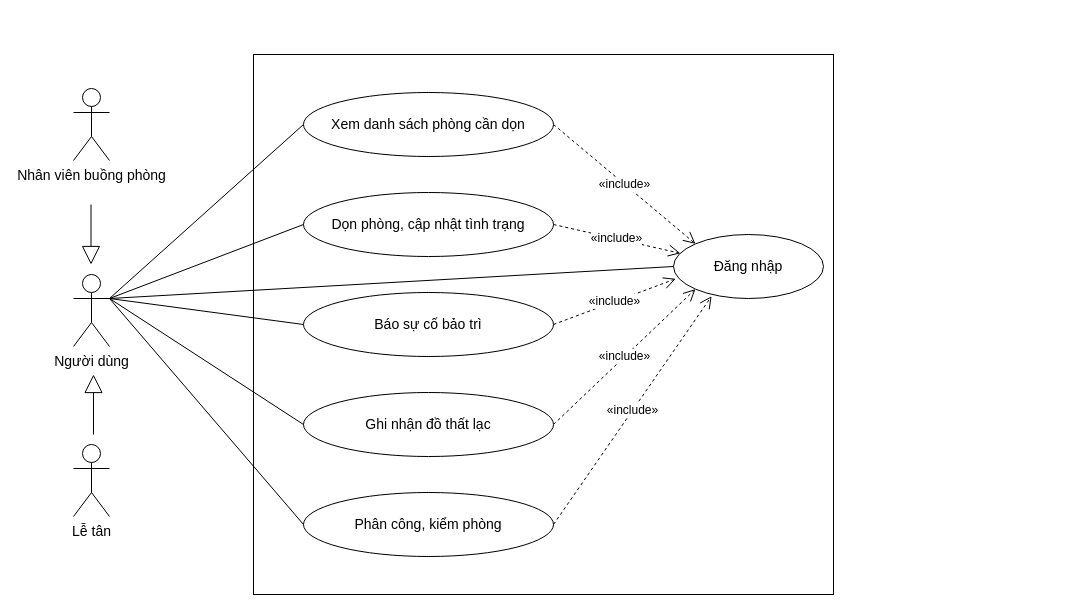
This is docs/use-case/ucn3-buong-phong.drawio from ngynquchn2511/beach-hotel, a draw.io file, before an edit. Source tidied: cells renumbered, new cells numbered last; positions are measured from the earlier drawing's top-left corner, leaving out a move shared by most shapes. Both pictures are drawn from the tidied source at 100%, with x=0, y=0 at pixel (73, 54).
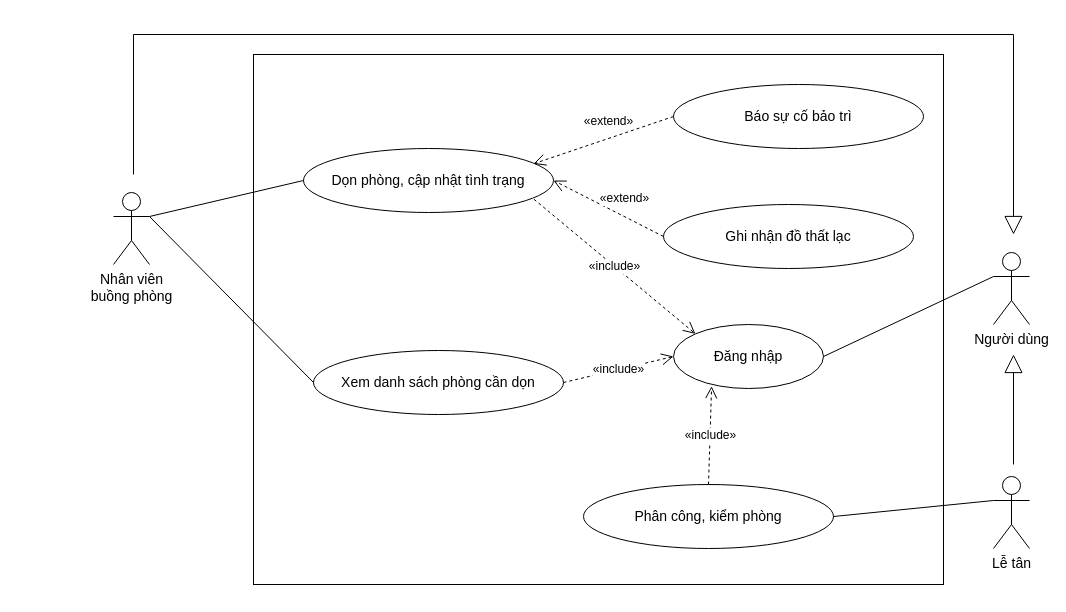
Above is the later version.

Change to the diagram source:
```diff
@@
     <mxCell id="2" style="fontFamily=Arial;fontColor=#000000;rounded=0;whiteSpace=wrap;html=1;verticalAlign=top;fontStyle=1;fontSize=14;fillColor=none;strokeColor=#000000;spacingTop=6;" parent="1" vertex="1">
-      <mxGeometry x="180" width="580" height="540" as="geometry" />
+      <mxGeometry x="180" width="690" height="530" as="geometry" />
     </mxCell>
     <mxCell id="3" value="Xem danh sách phòng cần dọn" style="fontFamily=Arial;fontColor=#000000;ellipse;whiteSpace=wrap;html=1;fillColor=#FFFFFF;strokeColor=#000000;fontSize=14;" parent="1" vertex="1">
-      <mxGeometry x="230" y="38" width="250" height="64" as="geometry" />
+      <mxGeometry x="240" y="296" width="250" height="64" as="geometry" />
     </mxCell>
     <mxCell id="4" value="Dọn phòng, cập nhật tình trạng" style="fontFamily=Arial;fontColor=#000000;ellipse;whiteSpace=wrap;html=1;fillColor=#FFFFFF;strokeColor=#000000;fontSize=14;" parent="1" vertex="1">
-      <mxGeometry x="230" y="138" width="250" height="64" as="geometry" />
+      <mxGeometry x="230" y="94" width="250" height="64" as="geometry" />
     </mxCell>
     <mxCell id="5" value="Báo sự cố bảo trì" style="fontFamily=Arial;fontColor=#000000;ellipse;whiteSpace=wrap;html=1;fillColor=#FFFFFF;strokeColor=#000000;fontSize=14;" parent="1" vertex="1">
-      <mxGeometry x="230" y="238" width="250" height="64" as="geometry" />
+      <mxGeometry x="600" y="30" width="250" height="64" as="geometry" />
     </mxCell>
-    <mxCell id="6" value="Ghi nhận đồ thất lạc" style="fontFamily=Arial;fontColor=#000000;ellipse;whiteSpace=wrap;html=1;fillColor=#FFFFFF;strokeColor=#000000;fontSize=14;" parent="1" vertex="1">
-      <mxGeometry x="230" y="338" width="250" height="64" as="geometry" />
-    </mxCell>
     <mxCell id="7" value="Phân công, kiểm phòng" style="fontFamily=Arial;fontColor=#000000;ellipse;whiteSpace=wrap;html=1;fillColor=#FFFFFF;strokeColor=#000000;fontSize=14;" parent="1" vertex="1">
-      <mxGeometry x="230" y="438" width="250" height="64" as="geometry" />
+      <mxGeometry x="510" y="430" width="250" height="64" as="geometry" />
     </mxCell>
     <mxCell id="8" value="Đăng nhập" style="fontFamily=Arial;fontColor=#000000;ellipse;whiteSpace=wrap;html=1;fillColor=#FFFFFF;strokeColor=#000000;fontSize=14;" parent="1" vertex="1">
-      <mxGeometry x="600" y="180" width="150" height="64" as="geometry" />
+      <mxGeometry x="600" y="270" width="150" height="64" as="geometry" />
     </mxCell>
-    <mxCell id="9" value="«include»" style="fontFamily=Arial;fontColor=#000000;endArrow=open;endSize=10;dashed=1;html=1;strokeColor=#000000;rounded=0;fontSize=12;labelBackgroundColor=#FFFFFF;exitX=1;exitY=0.5;exitDx=0;exitDy=0;exitPerimeter=0;entryX=0;entryY=0;entryDx=0;entryDy=0;" parent="1" edge="1" source="3" target="8">
+    <mxCell id="9" value="«include»" style="fontFamily=Arial;fontColor=#000000;endArrow=open;endSize=10;dashed=1;html=1;strokeColor=#000000;rounded=0;fontSize=12;labelBackgroundColor=#FFFFFF;exitX=1;exitY=0.5;exitDx=0;exitDy=0;exitPerimeter=0;entryX=0;entryY=0.5;entryDx=0;entryDy=0;" parent="1" edge="1" source="3" target="8">
       <mxGeometry relative="1" as="geometry" />
     </mxCell>
     <mxCell id="10" value="Người dùng" style="fontFamily=Arial;fontColor=#000000;shape=umlActor;verticalLabelPosition=bottom;verticalAlign=top;html=1;outlineConnect=0;fillColor=#FFFFFF;strokeColor=#000000;fontSize=14;" parent="1" vertex="1">
-      <mxGeometry y="220" width="36" height="72" as="geometry" />
+      <mxGeometry x="920" y="198" width="36" height="72" as="geometry" />
     </mxCell>
     <mxCell id="11" value="Lễ tân" style="fontFamily=Arial;fontColor=#000000;shape=umlActor;verticalLabelPosition=bottom;verticalAlign=top;html=1;outlineConnect=0;fillColor=#FFFFFF;strokeColor=#000000;fontSize=14;" parent="1" vertex="1">
-      <mxGeometry y="390" width="36" height="72" as="geometry" />
+      <mxGeometry x="920" y="422" width="36" height="72" as="geometry" />
     </mxCell>
-    <mxCell id="12" style="fontFamily=Arial;fontColor=#000000;endArrow=none;html=1;strokeColor=#000000;rounded=0;entryX=0;entryY=0.5;entryDx=0;entryDy=0;exitX=1;exitY=0.3333333333333333;exitDx=0;exitDy=0;exitPerimeter=0;" parent="1" edge="1" source="10" target="3">
-      <mxGeometry relative="1" as="geometry" />
-    </mxCell>
-    <mxCell id="13" style="fontFamily=Arial;fontColor=#000000;endArrow=none;html=1;strokeColor=#000000;rounded=0;entryX=0;entryY=0.5;entryDx=0;entryDy=0;exitX=1;exitY=0.3333333333333333;exitDx=0;exitDy=0;exitPerimeter=0;" parent="1" edge="1" source="10" target="4">
-      <mxGeometry relative="1" as="geometry" />
-    </mxCell>
-    <mxCell id="14" style="fontFamily=Arial;fontColor=#000000;endArrow=none;html=1;strokeColor=#000000;rounded=0;entryX=0;entryY=0.5;entryDx=0;entryDy=0;exitX=1;exitY=0.3333333333333333;exitDx=0;exitDy=0;exitPerimeter=0;" parent="1" edge="1" source="10" target="5">
-      <mxGeometry relative="1" as="geometry" />
-    </mxCell>
-    <mxCell id="15" style="fontFamily=Arial;fontColor=#000000;endArrow=none;html=1;strokeColor=#000000;rounded=0;entryX=0;entryY=0.5;entryDx=0;entryDy=0;exitX=1;exitY=0.3333333333333333;exitDx=0;exitDy=0;exitPerimeter=0;" parent="1" edge="1" source="10" target="6">
-      <mxGeometry relative="1" as="geometry" />
-    </mxCell>
-    <mxCell id="16" value="«include»" style="fontFamily=Arial;fontColor=#000000;endArrow=open;endSize=10;dashed=1;html=1;strokeColor=#000000;rounded=0;fontSize=12;labelBackgroundColor=#FFFFFF;exitX=1;exitY=0.5;exitDx=0;exitDy=0;entryX=0.046;entryY=0.294;entryDx=0;entryDy=0;entryPerimeter=0;" parent="1" edge="1" source="4" target="8">
+    <mxCell id="16" value="«include»" style="fontFamily=Arial;fontColor=#000000;endArrow=open;endSize=10;dashed=1;html=1;strokeColor=#000000;rounded=0;fontSize=12;labelBackgroundColor=#FFFFFF;exitX=0.922;exitY=0.793;exitDx=0;exitDy=0;entryX=0;entryY=0;entryDx=0;entryDy=0;exitPerimeter=0;" parent="1" edge="1" source="4" target="8">
       <mxGeometry relative="1" as="geometry" />
     </mxCell>
-    <mxCell id="17" value="«include»" style="fontFamily=Arial;fontColor=#000000;endArrow=open;endSize=10;dashed=1;html=1;strokeColor=#000000;rounded=0;fontSize=12;labelBackgroundColor=#FFFFFF;exitX=1;exitY=0.5;exitDx=0;exitDy=0;entryX=0.015;entryY=0.692;entryDx=0;entryDy=0;entryPerimeter=0;" parent="1" edge="1" source="5" target="8">
-      <mxGeometry relative="1" as="geometry" />
-    </mxCell>
-    <mxCell id="18" value="«include»" style="fontFamily=Arial;fontColor=#000000;endArrow=open;endSize=10;dashed=1;html=1;strokeColor=#000000;rounded=0;fontSize=12;labelBackgroundColor=#FFFFFF;exitX=1;exitY=0.5;exitDx=0;exitDy=0;entryX=0;entryY=1;entryDx=0;entryDy=0;" parent="1" edge="1" source="6" target="8">
-      <mxGeometry relative="1" as="geometry" />
-    </mxCell>
-    <mxCell id="19" value="«include»" style="fontFamily=Arial;fontColor=#000000;endArrow=open;endSize=10;dashed=1;html=1;strokeColor=#000000;rounded=0;fontSize=12;labelBackgroundColor=#FFFFFF;exitX=1;exitY=0.5;exitDx=0;exitDy=0;entryX=0.254;entryY=0.964;entryDx=0;entryDy=0;entryPerimeter=0;" parent="1" edge="1" source="7" target="8">
+    <mxCell id="19" value="«include»" style="fontFamily=Arial;fontColor=#000000;endArrow=open;endSize=10;dashed=1;html=1;strokeColor=#000000;rounded=0;fontSize=12;labelBackgroundColor=#FFFFFF;exitX=0.5;exitY=0;exitDx=0;exitDy=0;entryX=0.254;entryY=0.964;entryDx=0;entryDy=0;entryPerimeter=0;" parent="1" edge="1" source="7" target="8">
       <mxGeometry relative="1" as="geometry" />
     </mxCell>
-    <mxCell id="20" value=" " style="endArrow=block;endSize=16;endFill=0;html=1;rounded=0;" parent="1" edge="1">
-      <mxGeometry relative="1" as="geometry">
-        <mxPoint x="20" y="380" as="sourcePoint" />
-        <mxPoint x="20" y="320" as="targetPoint" />
-      </mxGeometry>
-    </mxCell>
-    <mxCell id="21" value="Nhân viên buồng phòng" style="fontFamily=Arial;fontColor=#000000;shape=umlActor;verticalLabelPosition=bottom;verticalAlign=top;html=1;outlineConnect=0;fillColor=#FFFFFF;strokeColor=#000000;fontSize=14;" parent="1" vertex="1">
-      <mxGeometry y="34" width="36" height="72" as="geometry" />
+    <mxCell id="21" value="Nhân viên&lt;div&gt;buồng phòng&lt;/div&gt;" style="fontFamily=Arial;fontColor=#000000;shape=umlActor;verticalLabelPosition=bottom;verticalAlign=top;html=1;outlineConnect=0;fillColor=#FFFFFF;strokeColor=#000000;fontSize=14;" parent="1" vertex="1">
+      <mxGeometry x="40" y="138" width="36" height="72" as="geometry" />
     </mxCell>
     <mxCell id="22" value=" " style="endArrow=block;endSize=16;endFill=0;html=1;rounded=0;" parent="1" edge="1">
-      <mxGeometry relative="1" as="geometry">
-        <mxPoint x="17.5" y="150" as="sourcePoint" />
-        <mxPoint x="17.5" y="210" as="targetPoint" />
+      <mxGeometry x="-0.04" relative="1" as="geometry">
+        <mxPoint x="60" y="120" as="sourcePoint" />
+        <mxPoint x="940" y="180" as="targetPoint" />
+        <Array as="points">
+          <mxPoint x="60" y="-20" />
+          <mxPoint x="940" y="-20" />
+        </Array>
       </mxGeometry>
     </mxCell>
-    <mxCell id="23" style="fontFamily=Arial;fontColor=#000000;endArrow=none;html=1;strokeColor=#000000;rounded=0;entryX=0;entryY=0.5;entryDx=0;entryDy=0;exitX=1;exitY=0.3333333333333333;exitDx=0;exitDy=0;exitPerimeter=0;" parent="1" edge="1" source="10" target="7">
-      <mxGeometry relative="1" as="geometry" />
-    </mxCell>
-    <mxCell id="24" style="fontFamily=Arial;fontColor=#000000;endArrow=none;html=1;strokeColor=#000000;rounded=0;entryX=0;entryY=0.5;entryDx=0;entryDy=0;exitX=1;exitY=0.3333333333333333;exitDx=0;exitDy=0;exitPerimeter=0;" parent="1" edge="1" source="10" target="8">
-      <mxGeometry relative="1" as="geometry" />
-    </mxCell>
+    <mxCell id="25" style="endArrow=none;html=1;rounded=0;entryX=0;entryY=0.3333333333333333;entryDx=0;entryDy=0;entryPerimeter=0;exitX=1;exitY=0.5;exitDx=0;exitDy=0;" parent="1" edge="1" source="8" target="10">
+      <mxGeometry relative="1" as="geometry" />
+    </mxCell>
+    <mxCell id="26" style="endArrow=none;html=1;rounded=0;entryX=0;entryY=0.5;entryDx=0;entryDy=0;exitX=1;exitY=0.3333333333333333;exitDx=0;exitDy=0;exitPerimeter=0;" parent="1" edge="1" source="21" target="3">
+      <mxGeometry relative="1" as="geometry" />
+    </mxCell>
+    <mxCell id="27" style="endArrow=none;html=1;rounded=0;entryX=0;entryY=0.5;entryDx=0;entryDy=0;exitX=1;exitY=0.3333333333333333;exitDx=0;exitDy=0;exitPerimeter=0;" parent="1" edge="1" source="21" target="4">
+      <mxGeometry relative="1" as="geometry" />
+    </mxCell>
+    <mxCell id="28" value="&lt;span style=&quot;color: rgb(0, 0, 0); font-family: Arial; font-size: 12px; font-style: normal; font-variant-ligatures: normal; font-variant-caps: normal; font-weight: 400; letter-spacing: normal; orphans: 2; text-align: center; text-indent: 0px; text-transform: none; widows: 2; word-spacing: 0px; -webkit-text-stroke-width: 0px; white-space: nowrap; background-color: rgb(255, 255, 255); text-decoration-thickness: initial; text-decoration-style: initial; text-decoration-color: initial; float: none; display: inline !important;&quot;&gt;«extend»&lt;/span&gt;" style="fontFamily=Arial;fontColor=#000000;endArrow=open;endSize=10;dashed=1;html=1;strokeColor=#000000;rounded=0;fontSize=12;labelBackgroundColor=#FFFFFF;exitX=0;exitY=0.5;exitDx=0;exitDy=0;entryX=0.92;entryY=0.239;entryDx=0;entryDy=0;entryPerimeter=0;" parent="1" edge="1" source="5" target="4">
+      <mxGeometry x="-0.15" y="-16" relative="1" as="geometry" />
+    </mxCell>
+    <mxCell id="6" value="Ghi nhận đồ thất lạc" style="fontFamily=Arial;fontColor=#000000;ellipse;whiteSpace=wrap;html=1;fillColor=#FFFFFF;strokeColor=#000000;fontSize=14;" parent="1" vertex="1">
+      <mxGeometry x="590" y="150" width="250" height="64" as="geometry" />
+    </mxCell>
+    <mxCell id="29" value="&lt;span style=&quot;color: rgb(0, 0, 0); font-family: Arial; font-size: 12px; font-style: normal; font-variant-ligatures: normal; font-variant-caps: normal; font-weight: 400; letter-spacing: normal; orphans: 2; text-align: center; text-indent: 0px; text-transform: none; widows: 2; word-spacing: 0px; -webkit-text-stroke-width: 0px; white-space: nowrap; background-color: rgb(255, 255, 255); text-decoration-thickness: initial; text-decoration-style: initial; text-decoration-color: initial; float: none; display: inline !important;&quot;&gt;«extend»&lt;/span&gt;" style="fontFamily=Arial;fontColor=#000000;endArrow=open;endSize=10;dashed=1;html=1;strokeColor=#000000;rounded=0;fontSize=12;labelBackgroundColor=#FFFFFF;exitX=0;exitY=0.5;exitDx=0;exitDy=0;entryX=1;entryY=0.5;entryDx=0;entryDy=0;" parent="1" edge="1" source="6" target="4">
+      <mxGeometry x="-0.15" y="-16" relative="1" as="geometry" />
+    </mxCell>
+    <mxCell id="30" style="endArrow=none;html=1;rounded=0;entryX=1;entryY=0.5;entryDx=0;entryDy=0;exitX=0;exitY=0.3333333333333333;exitDx=0;exitDy=0;exitPerimeter=0;" parent="1" edge="1" source="11" target="7">
+      <mxGeometry relative="1" as="geometry" />
+    </mxCell>
+    <mxCell id="31" value="&amp;nbsp;" style="endArrow=block;endSize=16;endFill=0;html=1;rounded=0;" parent="1" edge="1">
+      <mxGeometry x="-0.31" y="-24" relative="1" as="geometry">
+        <mxPoint x="940" y="410" as="sourcePoint" />
+        <mxPoint x="940" y="300" as="targetPoint" />
+      </mxGeometry>
+    </mxCell>
```
